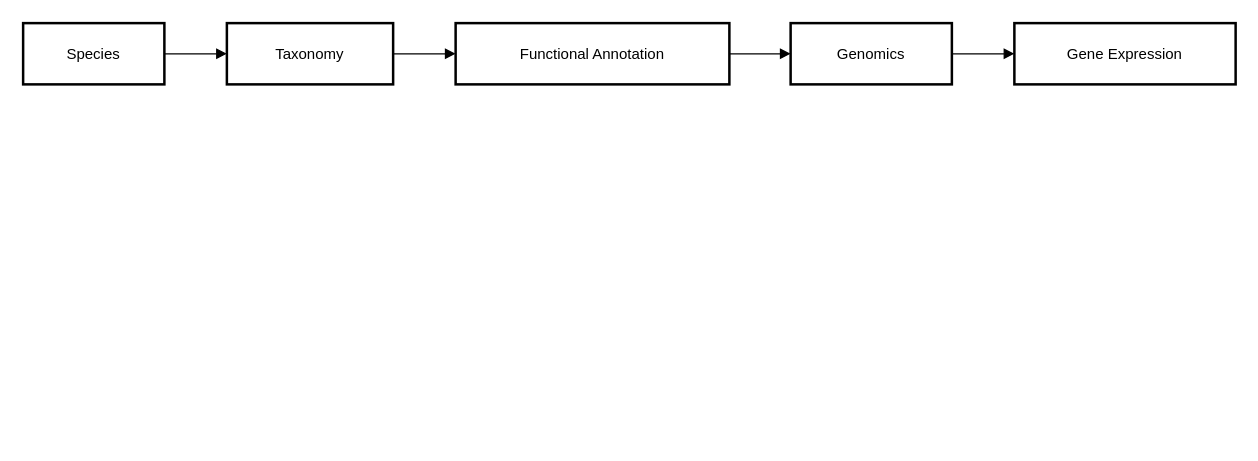
The draw.io diagram ANISEED.drawio in Arzhura/DaLi, before the edit. Source tidied: cells renumbered, new cells numbered last; positions are measured from the earlier drawing's top-left corner, leaving out a move shared by most shapes. Both pictures are drawn from the tidied source at 125%, with x=0, y=0 at pixel (22, 22).
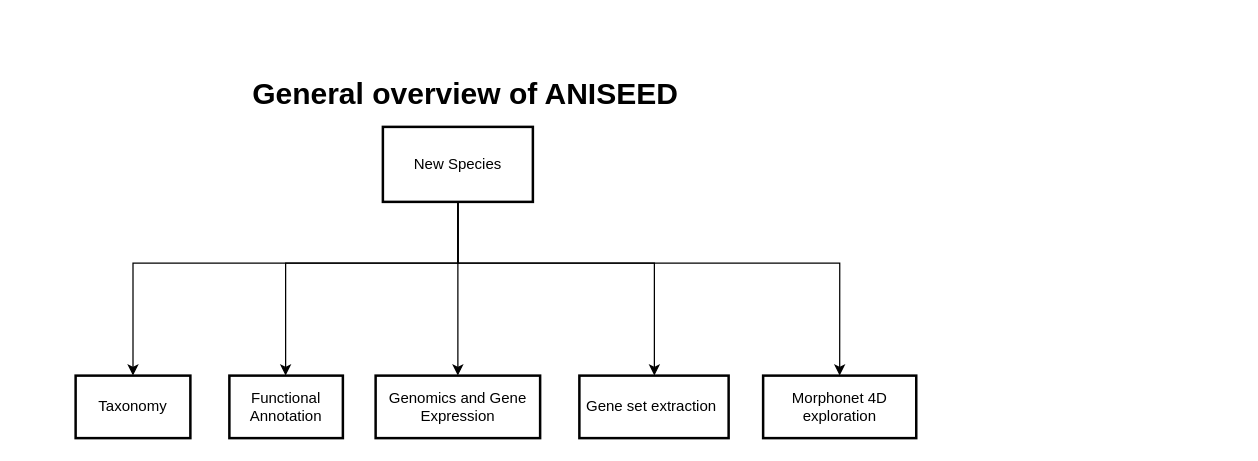
The same page after the edit.

What changed in the source:
```diff
@@
-    <mxCell id="2" value="Species" style="whiteSpace=wrap;strokeWidth=2;" parent="1" vertex="1">
-      <mxGeometry width="113" height="49" as="geometry" />
-    </mxCell>
+    <mxCell id="11" style="group;" parent="1" vertex="1">
+      <mxGeometry x="42" y="42" width="672.5" height="290" as="geometry" />
+    </mxCell>
+    <mxCell id="12" style="edgeStyle=orthogonalEdgeStyle;rounded=0;jettySize=auto;html=1;" parent="11" edge="1" source="17" target="18">
+      <mxGeometry relative="1" as="geometry" />
+    </mxCell>
+    <mxCell id="13" style="edgeStyle=orthogonalEdgeStyle;rounded=0;jettySize=auto;html=1;exitX=0.5;exitY=1;exitDx=0;exitDy=0;" parent="11" edge="1" source="17" target="19">
+      <mxGeometry relative="1" as="geometry">
+        <Array as="points">
+          <mxPoint x="306" y="150" />
+          <mxPoint x="463" y="150" />
+        </Array>
+      </mxGeometry>
+    </mxCell>
+    <mxCell id="14" style="edgeStyle=orthogonalEdgeStyle;rounded=0;jettySize=auto;html=1;entryX=0.5;entryY=0;entryDx=0;entryDy=0;" parent="11" edge="1" source="17" target="20">
+      <mxGeometry relative="1" as="geometry">
+        <Array as="points">
+          <mxPoint x="306" y="150" />
+          <mxPoint x="611" y="150" />
+        </Array>
+      </mxGeometry>
+    </mxCell>
+    <mxCell id="15" style="edgeStyle=orthogonalEdgeStyle;rounded=0;jettySize=auto;html=1;" parent="11" edge="1" source="17" target="4">
+      <mxGeometry relative="1" as="geometry">
+        <Array as="points">
+          <mxPoint x="306" y="150" />
+          <mxPoint x="168" y="150" />
+        </Array>
+      </mxGeometry>
+    </mxCell>
+    <mxCell id="16" style="edgeStyle=orthogonalEdgeStyle;rounded=0;jettySize=auto;html=1;entryX=0.5;entryY=0;entryDx=0;entryDy=0;" parent="11" edge="1" source="17" target="3">
+      <mxGeometry relative="1" as="geometry">
+        <Array as="points">
+          <mxPoint x="306" y="150" />
+          <mxPoint x="46" y="150" />
+        </Array>
+      </mxGeometry>
+    </mxCell>
+    <mxCell id="17" value="New Species" style="whiteSpace=wrap;strokeWidth=2;" parent="11" vertex="1">
+      <mxGeometry x="245.8" y="41" width="120" height="60" as="geometry" />
+    </mxCell>
+    <mxCell id="4" value="Functional Annotation" style="whiteSpace=wrap;strokeWidth=2;" parent="11" vertex="1">
+      <mxGeometry x="123" y="240" width="90.8" height="50" as="geometry" />
+    </mxCell>
+    <mxCell id="18" value="Genomics and Gene Expression" style="whiteSpace=wrap;strokeWidth=2;" parent="11" vertex="1">
+      <mxGeometry x="240" y="240" width="131.6" height="50" as="geometry" />
+    </mxCell>
+    <mxCell id="19" value="Gene set extraction " style="whiteSpace=wrap;strokeWidth=2;" parent="11" vertex="1">
+      <mxGeometry x="403" y="240" width="119.4" height="50" as="geometry" />
+    </mxCell>
-    <mxCell id="3" value="Taxonomy" style="whiteSpace=wrap;strokeWidth=2;" parent="1" vertex="1">
-      <mxGeometry x="163" width="133" height="49" as="geometry" />
+    <mxCell id="3" value="Taxonomy" style="whiteSpace=wrap;strokeWidth=2;" parent="11" vertex="1">
+      <mxGeometry y="240" width="91.8" height="50" as="geometry" />
     </mxCell>
-    <mxCell id="4" value="Functional Annotation" style="whiteSpace=wrap;strokeWidth=2;" parent="1" vertex="1">
-      <mxGeometry x="346" width="219" height="49" as="geometry" />
-    </mxCell>
-    <mxCell id="5" value="Genomics" style="whiteSpace=wrap;strokeWidth=2;" parent="1" vertex="1">
-      <mxGeometry x="614" width="129" height="49" as="geometry" />
-    </mxCell>
-    <mxCell id="6" value="Gene Expression" style="whiteSpace=wrap;strokeWidth=2;" parent="1" vertex="1">
-      <mxGeometry x="793" width="177" height="49" as="geometry" />
-    </mxCell>
-    <mxCell id="7" style="curved=1;startArrow=none;endArrow=block;exitX=1;exitY=0.5;entryX=0;entryY=0.5;" parent="1" edge="1" source="2" target="3">
-      <mxGeometry relative="1" as="geometry" />
-    </mxCell>
-    <mxCell id="8" style="curved=1;startArrow=none;endArrow=block;exitX=1;exitY=0.5;entryX=0;entryY=0.5;" parent="1" edge="1" source="3" target="4">
-      <mxGeometry relative="1" as="geometry" />
-    </mxCell>
-    <mxCell id="9" style="curved=1;startArrow=none;endArrow=block;exitX=1;exitY=0.5;entryX=0;entryY=0.5;" parent="1" edge="1" source="4" target="5">
-      <mxGeometry relative="1" as="geometry" />
-    </mxCell>
-    <mxCell id="10" style="curved=1;startArrow=none;endArrow=block;exitX=1;exitY=0.5;entryX=0;entryY=0.5;" parent="1" edge="1" source="5" target="6">
-      <mxGeometry relative="1" as="geometry" />
-    </mxCell>
+    <mxCell id="20" value="Morphonet 4D exploration" style="whiteSpace=wrap;strokeWidth=2;" parent="11" vertex="1">
+      <mxGeometry x="550" y="240" width="122.5" height="50" as="geometry" />
+    </mxCell>
+    <mxCell id="21" value="&lt;h1&gt;General overview of ANISEED&lt;/h1&gt;" style="text;html=1;align=center;verticalAlign=middle;whiteSpace=wrap;rounded=0;" parent="11" vertex="1">
+      <mxGeometry x="102.4" width="420" height="30" as="geometry" />
+    </mxCell>
```
